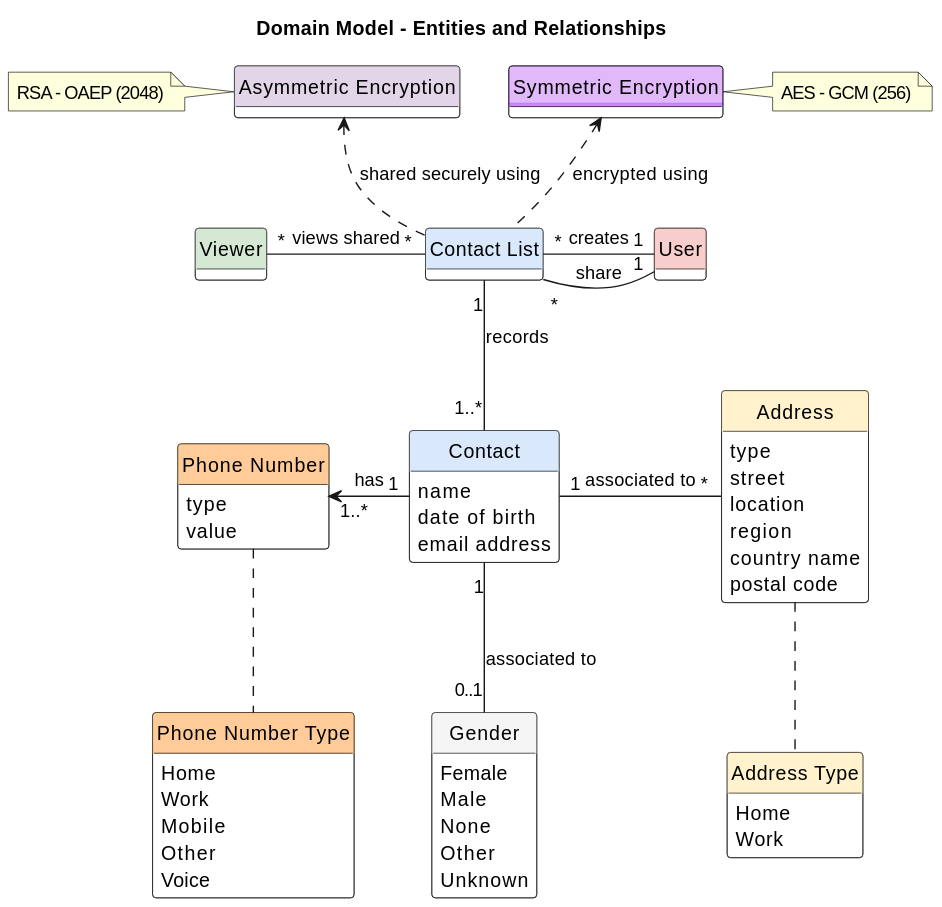
Earlier version of the PlantUML export src/domain/domain-model.svg (paginas-secretas/docs).
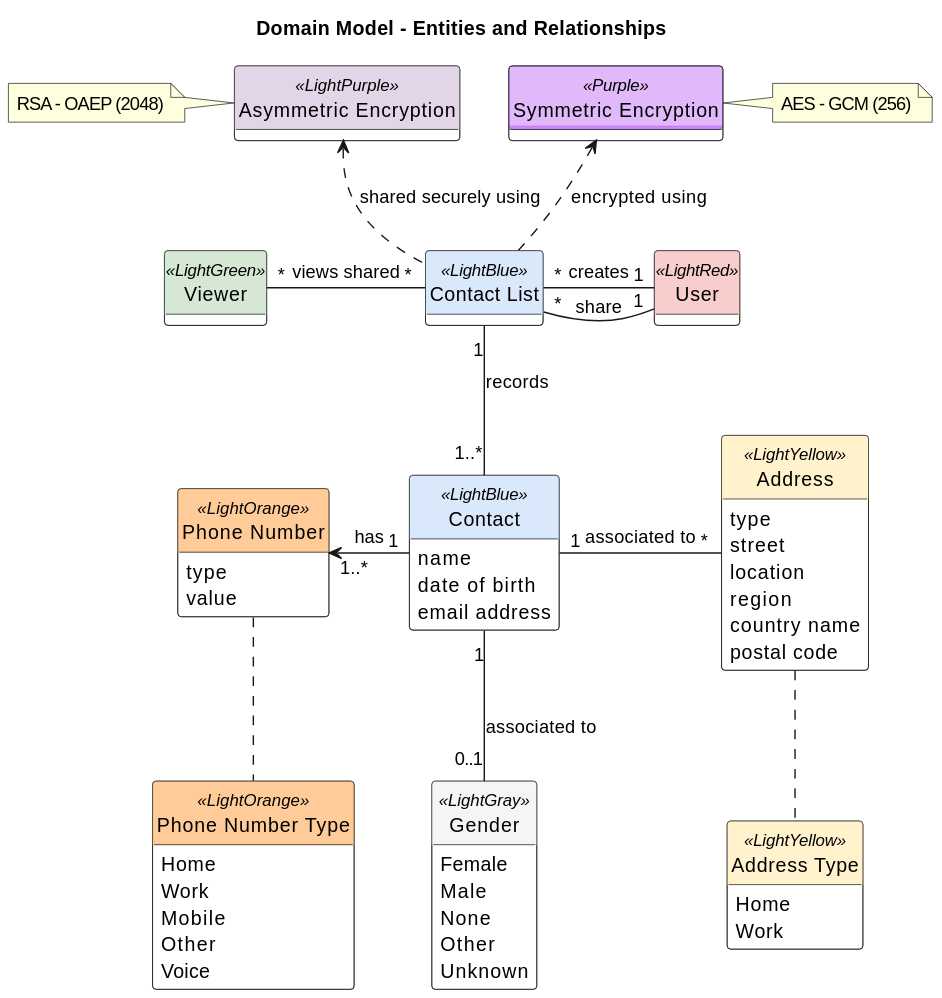
After the commit.

Commit message:
docs(domain): generated svg files

Diff of the diagram source:
```diff
@@ -1,5 +1,4 @@
-@startuml domain-model
-
+@startuml
 title "Domain Model - Entities and Relationships"
 
 hide circle
@@ -88,5 +87,4 @@
 USR "1" -- "*" CL: creates
 USR "1" -left- "*" CL: share
 VWR "*" -right- "*" CL: views shared
-
 @enduml
```
